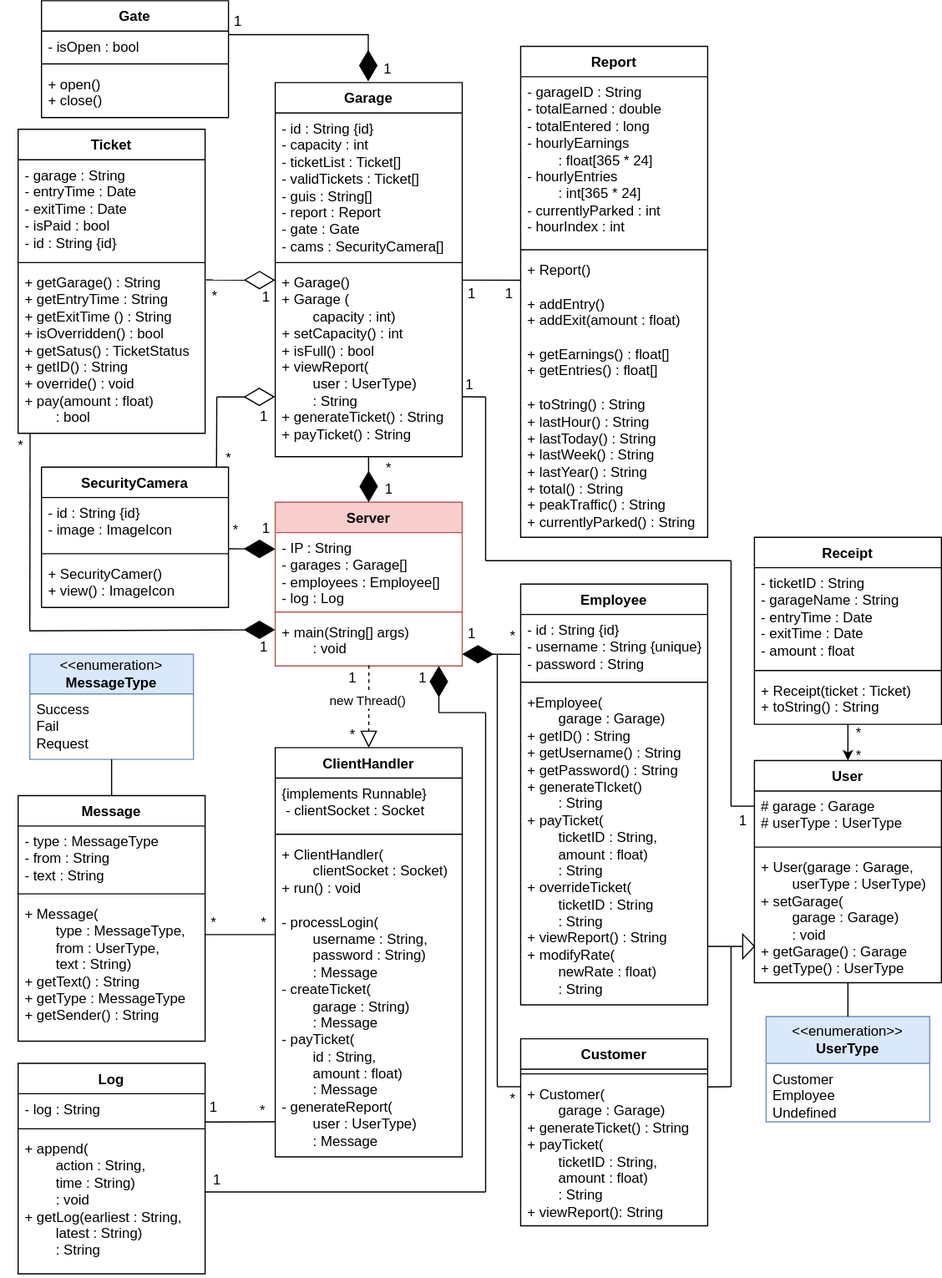
This is design/Diagrams/ServerSideFull.svg from CSUEB-CS401-02-SP25-Group-Project-1/parking-garage-system, a draw.io export, as it was before one commit. Source tidied: cells renumbered, new cells last; positions are measured from the earlier drawing's top-left corner, leaving out a move shared by most shapes.
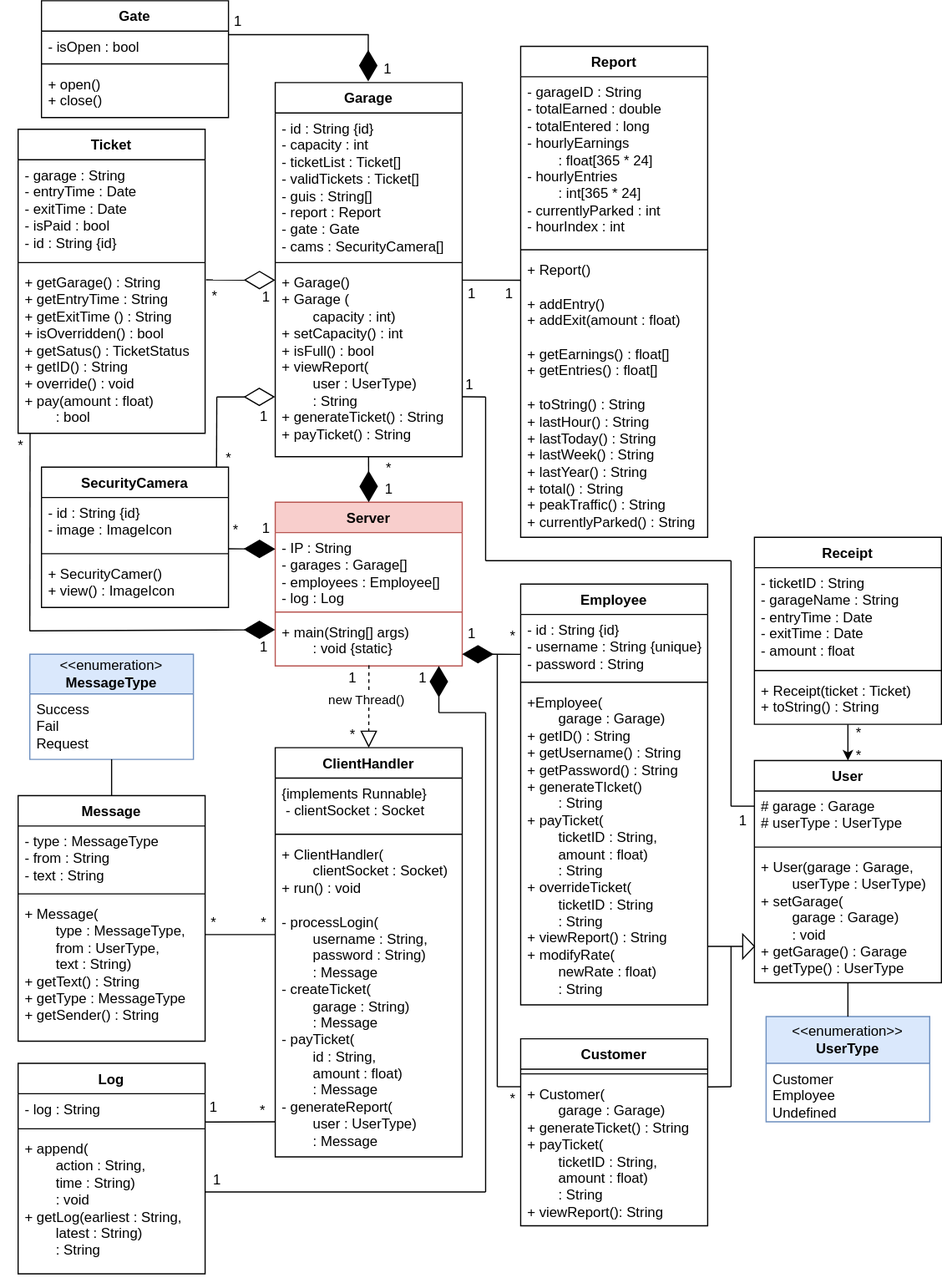
The same file after the commit.

Commit message:
main() in Server needs {static}

Change to the diagram source:
```diff
@@ -11,7 +11,7 @@
     <mxCell id="4" style="line;strokeWidth=1;fillColor=none;align=left;verticalAlign=middle;spacingTop=-1;spacingLeft=3;spacingRight=3;labelPosition=right;strokeColor=inherit;" parent="2" vertex="1">
       <mxGeometry y="90" width="160" height="8" as="geometry" />
     </mxCell>
-    <mxCell id="5" value="&lt;div&gt;+ main(String[] args)&lt;/div&gt;&lt;div&gt;&lt;span style=&quot;white-space: pre;&quot;&gt;&#9;&lt;/span&gt;: void&lt;/div&gt;" style="text;strokeColor=none;fillColor=none;align=left;verticalAlign=top;spacingLeft=4;spacingRight=4;overflow=hidden;points=[[0,0.5],[1,0.5]];portConstraint=eastwest;whiteSpace=wrap;html=1;" parent="2" vertex="1">
+    <mxCell id="5" value="&lt;div&gt;+ main(String[] args)&lt;/div&gt;&lt;div&gt;&lt;span style=&quot;white-space: pre;&quot;&gt;&#9;&lt;/span&gt;: void {static}&lt;/div&gt;" style="text;strokeColor=none;fillColor=none;align=left;verticalAlign=top;spacingLeft=4;spacingRight=4;overflow=hidden;points=[[0,0.5],[1,0.5]];portConstraint=eastwest;whiteSpace=wrap;html=1;" parent="2" vertex="1">
       <mxGeometry y="98" width="160" height="42" as="geometry" />
     </mxCell>
     <mxCell id="6" value="ClientHandler" style="swimlane;fontStyle=1;align=center;verticalAlign=top;horizontal=1;startSize=26;whiteSpace=wrap;html=1;" parent="1" vertex="1">
```
